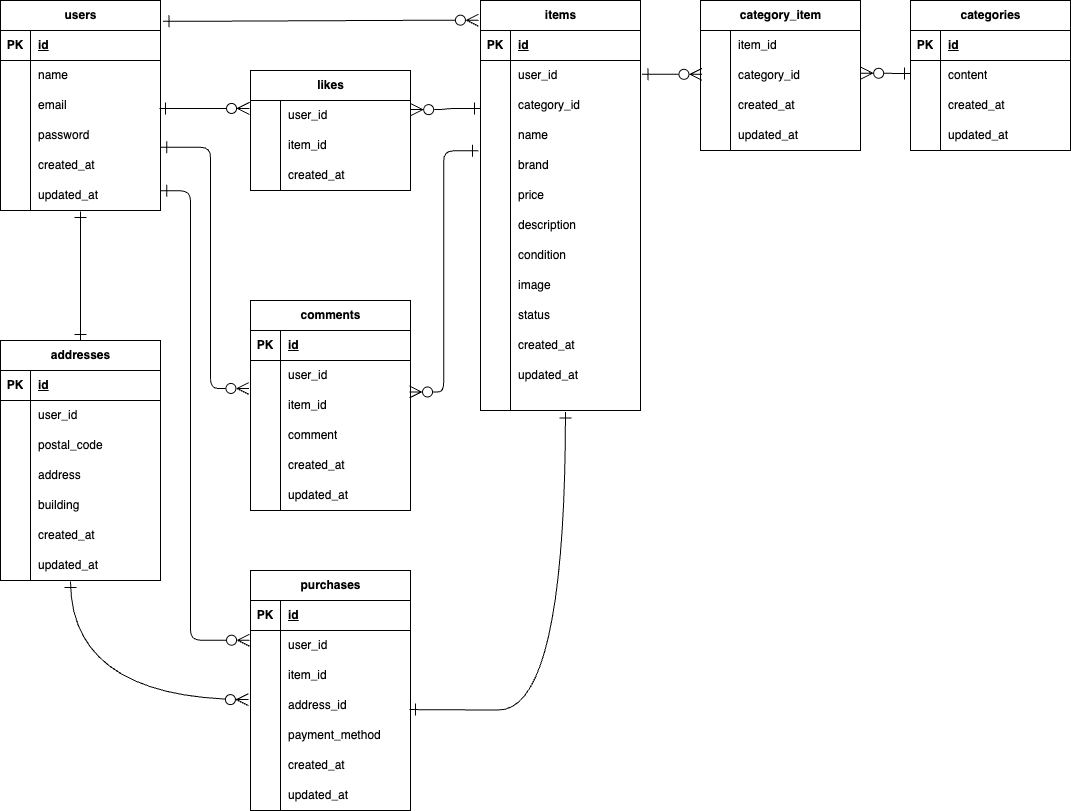
IshigakiAya/practice-project-flea-market keeps this draw.io diagram as er.png. Above is the earlier version. Source tidied: cells renumbered, new cells last; positions are measured from the earlier drawing's top-left corner, leaving out a move shared by most shapes.
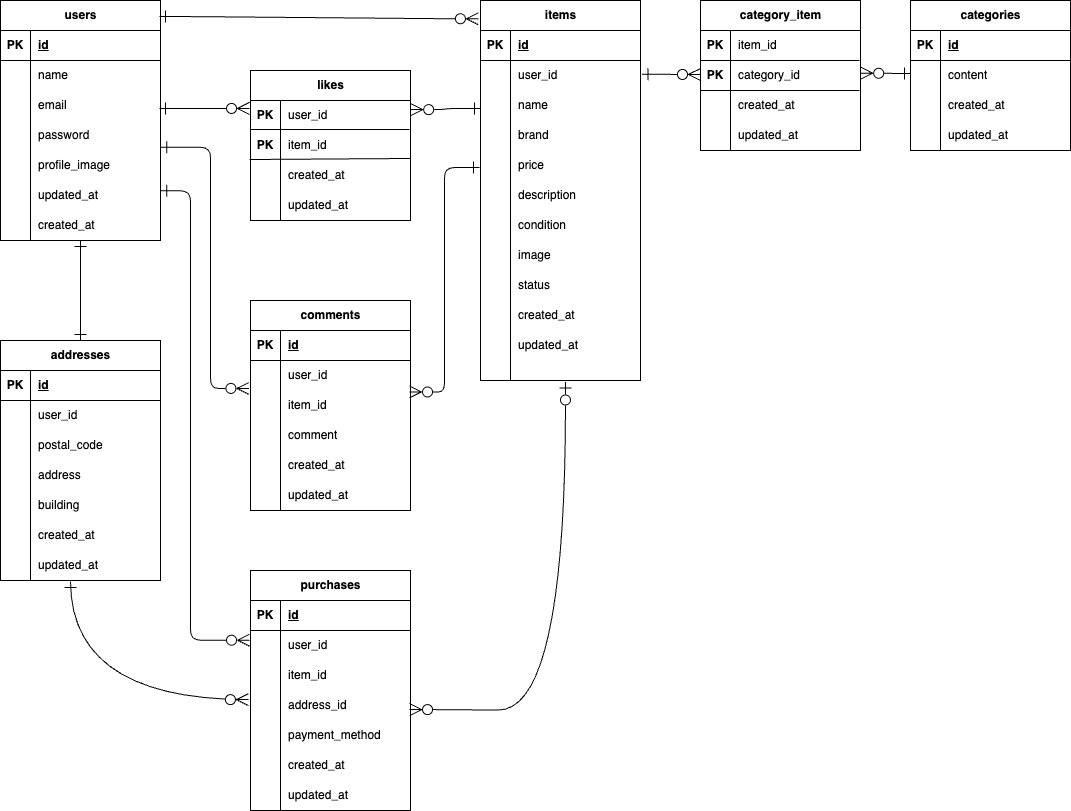
Above is the later version.

What changed in the source:
```diff
@@ -5,3 +5,3 @@
     <mxCell id="2" value="items" style="shape=table;startSize=30;rowLines=0;fontStyle=1;align=center;html=1;" parent="1" vertex="1">
-      <mxGeometry x="480" width="160" height="410" as="geometry" />
+      <mxGeometry x="480" width="160" height="380" as="geometry" />
     </mxCell>
@@ -25,13 +25,4 @@
     </mxCell>
-    <mxCell id="9" style="shape=tableRow;horizontal=0;startSize=0;swimlaneHead=0;swimlaneBody=0;fillColor=none;top=0;left=0;right=0;bottom=0;" parent="2" vertex="1">
-      <mxGeometry y="90" width="160" height="30" as="geometry" />
-    </mxCell>
-    <mxCell id="10" style="shape=partialRectangle;fillColor=none;top=0;left=0;bottom=0;right=0;overflow=hidden;whiteSpace=wrap;html=1;" parent="9" vertex="1">
-      <mxGeometry width="30" height="30" as="geometry" />
-    </mxCell>
-    <mxCell id="11" value="category_id" style="shape=partialRectangle;fillColor=none;top=0;left=0;bottom=0;right=0;align=left;spacingLeft=6;overflow=hidden;whiteSpace=wrap;html=1;" parent="9" vertex="1">
-      <mxGeometry x="30" width="130" height="30" as="geometry" />
-    </mxCell>
     <mxCell id="12" style="shape=tableRow;horizontal=0;startSize=0;swimlaneHead=0;swimlaneBody=0;fillColor=none;top=0;left=0;right=0;bottom=0;" parent="2" vertex="1">
-      <mxGeometry y="120" width="160" height="30" as="geometry" />
+      <mxGeometry y="90" width="160" height="30" as="geometry" />
     </mxCell>
@@ -44,3 +35,3 @@
     <mxCell id="15" style="shape=tableRow;horizontal=0;startSize=0;swimlaneHead=0;swimlaneBody=0;fillColor=none;points=[[0,0.5],[1,0.5]];portConstraint=eastwest;top=0;left=0;right=0;bottom=0;" parent="2" vertex="1">
-      <mxGeometry y="150" width="160" height="30" as="geometry" />
+      <mxGeometry y="120" width="160" height="30" as="geometry" />
     </mxCell>
@@ -53,3 +44,3 @@
     <mxCell id="18" style="shape=tableRow;horizontal=0;startSize=0;swimlaneHead=0;swimlaneBody=0;fillColor=none;points=[[0,0.5],[1,0.5]];portConstraint=eastwest;top=0;left=0;right=0;bottom=0;" parent="2" vertex="1">
-      <mxGeometry y="180" width="160" height="30" as="geometry" />
+      <mxGeometry y="150" width="160" height="30" as="geometry" />
     </mxCell>
@@ -62,3 +53,3 @@
     <mxCell id="21" style="shape=tableRow;horizontal=0;startSize=0;swimlaneHead=0;swimlaneBody=0;fillColor=none;top=0;left=0;right=0;bottom=0;" parent="2" vertex="1">
-      <mxGeometry y="210" width="160" height="30" as="geometry" />
+      <mxGeometry y="180" width="160" height="30" as="geometry" />
     </mxCell>
@@ -71,3 +62,3 @@
     <mxCell id="24" style="shape=tableRow;horizontal=0;startSize=0;swimlaneHead=0;swimlaneBody=0;fillColor=none;top=0;left=0;right=0;bottom=0;" parent="2" vertex="1">
-      <mxGeometry y="240" width="160" height="30" as="geometry" />
+      <mxGeometry y="210" width="160" height="30" as="geometry" />
     </mxCell>
@@ -80,3 +71,3 @@
     <mxCell id="27" style="shape=tableRow;horizontal=0;startSize=0;swimlaneHead=0;swimlaneBody=0;fillColor=none;top=0;left=0;right=0;bottom=0;" parent="2" vertex="1">
-      <mxGeometry y="270" width="160" height="30" as="geometry" />
+      <mxGeometry y="240" width="160" height="30" as="geometry" />
     </mxCell>
@@ -89,3 +80,3 @@
     <mxCell id="30" style="shape=tableRow;horizontal=0;startSize=0;swimlaneHead=0;swimlaneBody=0;fillColor=none;top=0;left=0;right=0;bottom=0;" parent="2" vertex="1">
-      <mxGeometry y="300" width="160" height="30" as="geometry" />
+      <mxGeometry y="270" width="160" height="30" as="geometry" />
     </mxCell>
@@ -98,3 +89,3 @@
     <mxCell id="33" style="shape=tableRow;horizontal=0;startSize=0;swimlaneHead=0;swimlaneBody=0;fillColor=none;top=0;left=0;right=0;bottom=0;" parent="2" vertex="1">
-      <mxGeometry y="330" width="160" height="30" as="geometry" />
+      <mxGeometry y="300" width="160" height="30" as="geometry" />
     </mxCell>
@@ -107,3 +98,3 @@
     <mxCell id="36" style="shape=tableRow;horizontal=0;startSize=0;swimlaneHead=0;swimlaneBody=0;fillColor=none;top=0;left=0;right=0;bottom=0;" parent="2" vertex="1">
-      <mxGeometry y="360" width="160" height="30" as="geometry" />
+      <mxGeometry y="330" width="160" height="30" as="geometry" />
     </mxCell>
@@ -116,3 +107,3 @@
     <mxCell id="39" style="shape=tableRow;horizontal=0;startSize=0;swimlaneHead=0;swimlaneBody=0;fillColor=none;points=[[0,0.5],[1,0.5]];portConstraint=eastwest;top=0;left=0;right=0;bottom=0;" parent="2" vertex="1">
-      <mxGeometry y="390" width="160" height="20" as="geometry" />
+      <mxGeometry y="360" width="160" height="20" as="geometry" />
     </mxCell>
@@ -164,3 +155,3 @@
     <mxCell id="55" value="likes" style="shape=table;startSize=30;rowLines=0;fontStyle=1;align=center;html=1;" parent="1" vertex="1">
-      <mxGeometry x="250" y="70" width="160" height="120" as="geometry" />
+      <mxGeometry x="250" y="70" width="160" height="150" as="geometry" />
     </mxCell>
@@ -169,3 +160,3 @@
     </mxCell>
-    <mxCell id="57" style="shape=partialRectangle;fillColor=none;top=0;left=0;bottom=0;right=0;overflow=hidden;whiteSpace=wrap;html=1;" parent="56" vertex="1">
+    <mxCell id="57" value="&lt;span style=&quot;color: rgb(0, 0, 0); font-weight: 700;&quot;&gt;PK&lt;/span&gt;" style="shape=partialRectangle;fillColor=none;top=0;left=0;bottom=0;right=0;overflow=hidden;whiteSpace=wrap;html=1;" parent="56" vertex="1">
       <mxGeometry width="30" height="30" as="geometry" />
@@ -175,6 +166,6 @@
     </mxCell>
-    <mxCell id="59" style="shape=tableRow;horizontal=0;startSize=0;swimlaneHead=0;swimlaneBody=0;fillColor=none;points=[[0,0.5],[1,0.5]];portConstraint=eastwest;top=0;left=0;right=0;bottom=0;" parent="55" vertex="1">
+    <mxCell id="59" style="shape=tableRow;horizontal=0;startSize=0;swimlaneHead=0;swimlaneBody=0;fillColor=none;points=[[0,0.5],[1,0.5]];portConstraint=eastwest;top=0;left=0;right=0;bottom=0;labelBorderColor=default;" parent="55" vertex="1">
       <mxGeometry y="60" width="160" height="30" as="geometry" />
     </mxCell>
-    <mxCell id="60" style="shape=partialRectangle;fillColor=none;top=0;left=0;bottom=0;right=0;overflow=hidden;whiteSpace=wrap;html=1;" parent="59" vertex="1">
+    <mxCell id="60" value="&lt;span style=&quot;color: rgb(0, 0, 0); font-weight: 700;&quot;&gt;PK&lt;/span&gt;" style="shape=partialRectangle;fillColor=none;top=0;left=0;bottom=0;right=0;overflow=hidden;whiteSpace=wrap;html=1;" parent="59" vertex="1">
       <mxGeometry width="30" height="30" as="geometry" />
@@ -193,2 +184,17 @@
     </mxCell>
+    <mxCell id="171" style="shape=tableRow;horizontal=0;startSize=0;swimlaneHead=0;swimlaneBody=0;fillColor=none;top=0;left=0;right=0;bottom=0;" parent="55" vertex="1">
+      <mxGeometry y="120" width="160" height="30" as="geometry" />
+    </mxCell>
+    <mxCell id="172" style="shape=partialRectangle;fillColor=none;top=0;left=0;bottom=0;right=0;overflow=hidden;whiteSpace=wrap;html=1;" parent="171" vertex="1">
+      <mxGeometry width="30" height="30" as="geometry" />
+    </mxCell>
+    <mxCell id="173" value="updated_at" style="shape=partialRectangle;fillColor=none;top=0;left=0;bottom=0;right=0;align=left;spacingLeft=6;overflow=hidden;whiteSpace=wrap;html=1;" parent="171" vertex="1">
+      <mxGeometry x="30" width="130" height="30" as="geometry" />
+    </mxCell>
+    <mxCell id="174" style="endArrow=none;html=1;exitX=-0.006;exitY=-0.033;exitDx=0;exitDy=0;exitPerimeter=0;entryX=1;entryY=-0.067;entryDx=0;entryDy=0;entryPerimeter=0;" parent="55" edge="1" source="62" target="62">
+      <mxGeometry relative="1" as="geometry" />
+    </mxCell>
+    <mxCell id="175" style="endArrow=none;html=1;exitX=0;exitY=-0.033;exitDx=0;exitDy=0;exitPerimeter=0;entryX=0.994;entryY=-0.033;entryDx=0;entryDy=0;entryPerimeter=0;" parent="55" edge="1" source="59" target="59">
+      <mxGeometry relative="1" as="geometry" />
+    </mxCell>
     <mxCell id="65" value="comments" style="shape=table;startSize=30;rowLines=0;fontStyle=1;align=center;html=1;" parent="1" vertex="1">
@@ -383,3 +389,3 @@
     <mxCell id="128" value="users" style="shape=table;startSize=30;rowLines=0;fontStyle=1;align=center;html=1;" parent="1" vertex="1">
-      <mxGeometry width="160" height="210" as="geometry" />
+      <mxGeometry width="160" height="240" as="geometry" />
     </mxCell>
@@ -421,4 +427,22 @@
     </mxCell>
+    <mxCell id="176" style="shape=tableRow;horizontal=0;startSize=0;swimlaneHead=0;swimlaneBody=0;fillColor=none;top=0;left=0;right=0;bottom=0;" parent="128" vertex="1">
+      <mxGeometry y="150" width="160" height="30" as="geometry" />
+    </mxCell>
+    <mxCell id="177" style="shape=partialRectangle;fillColor=none;top=0;left=0;bottom=0;right=0;overflow=hidden;whiteSpace=wrap;html=1;" parent="176" vertex="1">
+      <mxGeometry width="30" height="30" as="geometry" />
+    </mxCell>
+    <mxCell id="178" value="profile_image" style="shape=partialRectangle;fillColor=none;top=0;left=0;bottom=0;right=0;align=left;spacingLeft=6;overflow=hidden;whiteSpace=wrap;html=1;" parent="176" vertex="1">
+      <mxGeometry x="30" width="130" height="30" as="geometry" />
+    </mxCell>
+    <mxCell id="144" style="shape=tableRow;horizontal=0;startSize=0;swimlaneHead=0;swimlaneBody=0;fillColor=none;points=[[0,0.5],[1,0.5]];portConstraint=eastwest;top=0;left=0;right=0;bottom=0;" parent="128" vertex="1">
+      <mxGeometry y="180" width="160" height="30" as="geometry" />
+    </mxCell>
+    <mxCell id="145" style="shape=partialRectangle;fillColor=none;top=0;left=0;bottom=0;right=0;overflow=hidden;whiteSpace=wrap;html=1;" parent="144" vertex="1">
+      <mxGeometry width="30" height="30" as="geometry" />
+    </mxCell>
+    <mxCell id="146" value="updated_at" style="shape=partialRectangle;fillColor=none;top=0;left=0;bottom=0;right=0;align=left;spacingLeft=6;overflow=hidden;whiteSpace=wrap;html=1;" parent="144" vertex="1">
+      <mxGeometry x="30" width="130" height="30" as="geometry" />
+    </mxCell>
     <mxCell id="141" style="shape=tableRow;horizontal=0;startSize=0;swimlaneHead=0;swimlaneBody=0;fillColor=none;top=0;left=0;right=0;bottom=0;" parent="128" vertex="1">
-      <mxGeometry y="150" width="160" height="30" as="geometry" />
+      <mxGeometry y="210" width="160" height="30" as="geometry" />
     </mxCell>
@@ -430,13 +454,8 @@
     </mxCell>
-    <mxCell id="144" style="shape=tableRow;horizontal=0;startSize=0;swimlaneHead=0;swimlaneBody=0;fillColor=none;points=[[0,0.5],[1,0.5]];portConstraint=eastwest;top=0;left=0;right=0;bottom=0;" parent="128" vertex="1">
-      <mxGeometry y="180" width="160" height="30" as="geometry" />
-    </mxCell>
-    <mxCell id="145" style="shape=partialRectangle;fillColor=none;top=0;left=0;bottom=0;right=0;overflow=hidden;whiteSpace=wrap;html=1;" parent="144" vertex="1">
-      <mxGeometry width="30" height="30" as="geometry" />
-    </mxCell>
-    <mxCell id="146" value="updated_at" style="shape=partialRectangle;fillColor=none;top=0;left=0;bottom=0;right=0;align=left;spacingLeft=6;overflow=hidden;whiteSpace=wrap;html=1;" parent="144" vertex="1">
-      <mxGeometry x="30" width="130" height="30" as="geometry" />
-    </mxCell>
-    <mxCell id="147" style="edgeStyle=entityRelationEdgeStyle;fontSize=12;html=1;endArrow=ERzeroToMany;startArrow=ERone;endSize=10;startSize=10;startFill=0;entryX=-0.013;entryY=0.048;entryDx=0;entryDy=0;entryPerimeter=0;exitX=1.016;exitY=0.099;exitDx=0;exitDy=0;exitPerimeter=0;" parent="1" edge="1" source="128" target="2">
-      <mxGeometry relative="1" as="geometry" />
+    <mxCell id="147" style="edgeStyle=entityRelationEdgeStyle;fontSize=12;html=1;endArrow=ERzeroToMany;startArrow=ERone;endSize=10;startSize=10;startFill=0;entryX=-0.013;entryY=0.048;entryDx=0;entryDy=0;entryPerimeter=0;exitX=0.994;exitY=0.067;exitDx=0;exitDy=0;exitPerimeter=0;" parent="1" edge="1" source="128" target="2">
+      <mxGeometry relative="1" as="geometry">
+        <Array as="points">
+          <mxPoint x="170" y="10" />
+        </Array>
+      </mxGeometry>
     </mxCell>
@@ -448,3 +467,3 @@
     </mxCell>
-    <mxCell id="150" style="shape=partialRectangle;fillColor=none;top=0;left=0;bottom=0;right=0;overflow=hidden;whiteSpace=wrap;html=1;" parent="149" vertex="1">
+    <mxCell id="150" value="&lt;span style=&quot;color: rgb(0, 0, 0); font-weight: 700;&quot;&gt;PK&lt;/span&gt;" style="shape=partialRectangle;fillColor=none;top=0;left=0;bottom=0;right=0;overflow=hidden;whiteSpace=wrap;html=1;" parent="149" vertex="1">
       <mxGeometry width="30" height="30" as="geometry" />
@@ -457,3 +476,3 @@
     </mxCell>
-    <mxCell id="153" style="shape=partialRectangle;fillColor=none;top=0;left=0;bottom=0;right=0;overflow=hidden;whiteSpace=wrap;html=1;" parent="152" vertex="1">
+    <mxCell id="153" value="&lt;span style=&quot;color: rgb(0, 0, 0); font-weight: 700;&quot;&gt;PK&lt;/span&gt;" style="shape=partialRectangle;fillColor=none;top=0;left=0;bottom=0;right=0;overflow=hidden;whiteSpace=wrap;html=1;" parent="152" vertex="1">
       <mxGeometry width="30" height="30" as="geometry" />
@@ -492,3 +511,3 @@
         <mxPoint x="80" y="340" as="sourcePoint" />
-        <mxPoint x="80" y="211" as="targetPoint" />
+        <mxPoint x="80" y="240" as="targetPoint" />
       </mxGeometry>
@@ -508,3 +527,3 @@
     </mxCell>
-    <mxCell id="166" style="edgeStyle=elbowEdgeStyle;fontSize=12;html=1;endArrow=ERone;startArrow=ERzeroToMany;exitX=0.994;exitY=0.049;exitDx=0;exitDy=0;exitPerimeter=0;entryX=-0.013;entryY=0.01;entryDx=0;entryDy=0;entryPerimeter=0;endSize=10;startSize=10;startFill=0;endFill=0;" parent="1" edge="1" source="72" target="15">
+    <mxCell id="166" style="edgeStyle=elbowEdgeStyle;fontSize=12;html=1;endArrow=ERone;startArrow=ERzeroToMany;exitX=0.994;exitY=0.049;exitDx=0;exitDy=0;exitPerimeter=0;entryX=-0.006;entryY=0.567;entryDx=0;entryDy=0;entryPerimeter=0;endSize=10;startSize=10;startFill=0;endFill=0;" parent="1" edge="1" source="72" target="18">
       <mxGeometry relative="1" as="geometry" />
@@ -519,3 +538,3 @@
     </mxCell>
-    <mxCell id="168" style="edgeStyle=orthogonalEdgeStyle;fontSize=12;html=1;endArrow=ERone;endFill=1;exitX=0.994;exitY=0.637;exitDx=0;exitDy=0;exitPerimeter=0;entryX=0.531;entryY=1.074;entryDx=0;entryDy=0;entryPerimeter=0;endSize=10;startSize=10;startArrow=ERone;startFill=0;elbow=vertical;curved=1;" parent="1" edge="1" source="94" target="39">
+    <mxCell id="168" style="edgeStyle=orthogonalEdgeStyle;fontSize=12;html=1;endArrow=ERzeroToOne;endFill=0;exitX=0.994;exitY=0.637;exitDx=0;exitDy=0;exitPerimeter=0;entryX=0.531;entryY=1.074;entryDx=0;entryDy=0;entryPerimeter=0;endSize=10;startSize=10;startArrow=ERzeroToMany;startFill=0;elbow=vertical;curved=1;" parent="1" edge="1" source="94" target="39">
       <mxGeometry relative="1" as="geometry">
@@ -527,3 +546,3 @@
     </mxCell>
-    <mxCell id="169" style="edgeStyle=entityRelationEdgeStyle;fontSize=12;html=1;endArrow=ERzeroToMany;entryX=0.009;entryY=0.461;entryDx=0;entryDy=0;entryPerimeter=0;exitX=1.009;exitY=0.461;exitDx=0;exitDy=0;exitPerimeter=0;endFill=0;startArrow=ERone;startFill=0;endSize=10;startSize=10;" parent="1" edge="1" source="6" target="152">
+    <mxCell id="169" style="edgeStyle=entityRelationEdgeStyle;fontSize=12;html=1;endArrow=ERzeroToMany;exitX=1.009;exitY=0.461;exitDx=0;exitDy=0;exitPerimeter=0;endFill=0;startArrow=ERone;startFill=0;endSize=10;startSize=10;entryX=0;entryY=0.467;entryDx=0;entryDy=0;entryPerimeter=0;" parent="1" edge="1" source="6" target="152">
       <mxGeometry relative="1" as="geometry" />
@@ -535,2 +554,14 @@
     </mxCell>
+    <mxCell id="179" style="endArrow=none;html=1;exitX=0;exitY=-0.033;exitDx=0;exitDy=0;exitPerimeter=0;entryX=0.994;entryY=-0.033;entryDx=0;entryDy=0;entryPerimeter=0;" parent="1" edge="1">
+      <mxGeometry relative="1" as="geometry">
+        <mxPoint x="700" y="60" as="sourcePoint" />
+        <mxPoint x="859" y="60" as="targetPoint" />
+      </mxGeometry>
+    </mxCell>
+    <mxCell id="180" style="endArrow=none;html=1;exitX=0;exitY=-0.033;exitDx=0;exitDy=0;exitPerimeter=0;entryX=0.994;entryY=-0.033;entryDx=0;entryDy=0;entryPerimeter=0;" parent="1" edge="1">
+      <mxGeometry relative="1" as="geometry">
+        <mxPoint x="700" y="90" as="sourcePoint" />
+        <mxPoint x="859" y="90" as="targetPoint" />
+      </mxGeometry>
+    </mxCell>
   </root>
```
